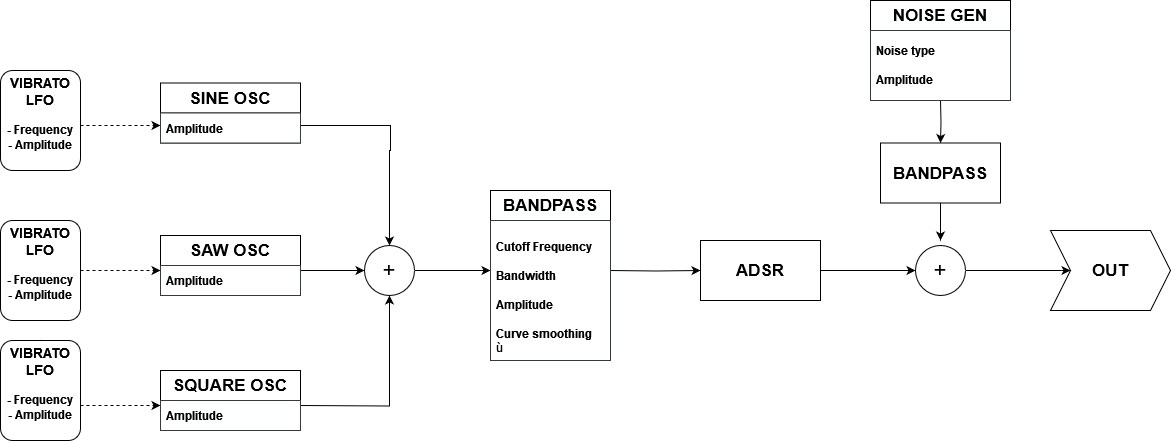
This is images/block_diagram.png from polimi-cmls-23/group1-hw-SC-Xenharmonics, a draw.io export, as it was before one commit. Source tidied: cells renumbered, new cells last; positions are measured from the earlier drawing's top-left corner, leaving out a move shared by most shapes.
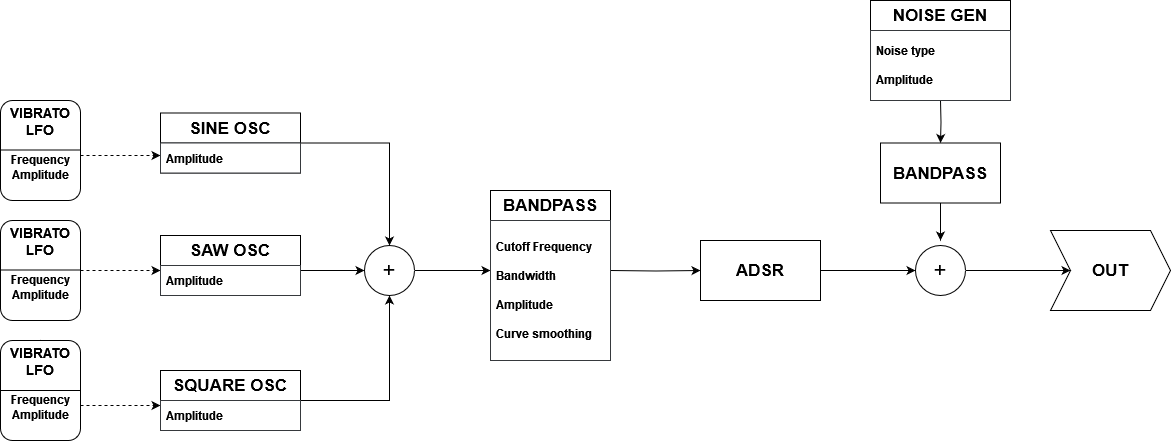
Above is the later version.

Change to the diagram source:
```diff
@@ -2,15 +2,6 @@
   <root>
     <mxCell id="0" />
     <mxCell id="1" parent="0" />
-    <mxCell id="2" style="edgeStyle=orthogonalEdgeStyle;rounded=0;jettySize=auto;html=1;entryX=0.5;entryY=0;entryDx=0;entryDy=0;exitX=1;exitY=0.5;exitDx=0;exitDy=0;" parent="1" edge="1" target="6">
-      <mxGeometry relative="1" as="geometry">
-        <mxPoint x="300" y="125" as="sourcePoint" />
-        <Array as="points">
-          <mxPoint x="390" y="125" />
-          <mxPoint x="390" y="150" />
-        </Array>
-      </mxGeometry>
-    </mxCell>
     <mxCell id="3" style="edgeStyle=orthogonalEdgeStyle;rounded=0;jettySize=auto;html=1;entryX=0;entryY=0.5;entryDx=0;entryDy=0;exitX=1;exitY=0.5;exitDx=0;exitDy=0;" parent="1" edge="1" source="26" target="6">
       <mxGeometry relative="1" as="geometry">
         <Array as="points">
@@ -21,6 +12,10 @@
     <mxCell id="4" style="edgeStyle=orthogonalEdgeStyle;rounded=0;jettySize=auto;html=1;exitX=1;exitY=0.5;exitDx=0;exitDy=0;" parent="1" edge="1" target="6">
       <mxGeometry relative="1" as="geometry">
         <mxPoint x="300" y="405" as="sourcePoint" />
+        <Array as="points">
+          <mxPoint x="300" y="400" />
+          <mxPoint x="389" y="400" />
+        </Array>
       </mxGeometry>
     </mxCell>
     <mxCell id="5" style="edgeStyle=orthogonalEdgeStyle;rounded=0;jettySize=auto;html=1;" parent="1" edge="1" source="6">
@@ -58,15 +53,15 @@
     </mxCell>
     <mxCell id="13" style="edgeStyle=orthogonalEdgeStyle;rounded=0;jettySize=auto;html=1;entryX=0;entryY=0.5;entryDx=0;entryDy=0;dashed=1;" parent="1" edge="1" source="14">
       <mxGeometry relative="1" as="geometry">
-        <mxPoint x="160" y="125" as="targetPoint" />
+        <mxPoint x="160" y="155" as="targetPoint" />
         <Array as="points">
-          <mxPoint x="110" y="125" />
-          <mxPoint x="110" y="125" />
+          <mxPoint x="110" y="155" />
+          <mxPoint x="110" y="155" />
         </Array>
       </mxGeometry>
     </mxCell>
-    <mxCell id="14" value="&lt;div style=&quot;font-size: 14px;&quot;&gt;&lt;b&gt;&lt;font style=&quot;font-size: 14px;&quot;&gt;VIBRATO&lt;/font&gt;&lt;/b&gt;&lt;/div&gt;&lt;div style=&quot;font-size: 14px;&quot;&gt;&lt;b&gt;&lt;font style=&quot;font-size: 14px;&quot;&gt;LFO&lt;/font&gt;&lt;/b&gt;&lt;/div&gt;&lt;div&gt;&lt;b&gt;&lt;br&gt;&lt;/b&gt;&lt;/div&gt;&lt;div&gt;&lt;b&gt;- Frequency&lt;/b&gt;&lt;/div&gt;&lt;div&gt;&lt;b&gt;- Amplitude&lt;/b&gt;&lt;/div&gt;&lt;div&gt;&lt;b&gt;&lt;br&gt;&lt;/b&gt;&lt;/div&gt;" style="rounded=1;whiteSpace=wrap;html=1;direction=south;" parent="1" vertex="1">
-      <mxGeometry y="70" width="80" height="100" as="geometry" />
+    <mxCell id="14" value="&lt;div style=&quot;font-size: 14px;&quot;&gt;&lt;b&gt;&lt;font style=&quot;font-size: 14px;&quot;&gt;VIBRATO&lt;/font&gt;&lt;/b&gt;&lt;/div&gt;&lt;div style=&quot;font-size: 14px;&quot;&gt;&lt;b&gt;&lt;font style=&quot;font-size: 14px;&quot;&gt;LFO&lt;/font&gt;&lt;/b&gt;&lt;/div&gt;&lt;div&gt;&lt;b&gt;&lt;br&gt;&lt;/b&gt;&lt;/div&gt;&lt;div&gt;&lt;b&gt;Frequency&lt;/b&gt;&lt;/div&gt;&lt;div&gt;&lt;b&gt;Amplitude&lt;/b&gt;&lt;/div&gt;&lt;div&gt;&lt;b&gt;&lt;br&gt;&lt;/b&gt;&lt;/div&gt;" style="rounded=1;whiteSpace=wrap;html=1;direction=south;" parent="1" vertex="1">
+      <mxGeometry y="100" width="80" height="100" as="geometry" />
     </mxCell>
     <mxCell id="15" style="edgeStyle=orthogonalEdgeStyle;rounded=0;jettySize=auto;html=1;entryX=0;entryY=0.5;entryDx=0;entryDy=0;dashed=1;" parent="1" edge="1" source="24">
       <mxGeometry relative="1" as="geometry">
@@ -91,13 +86,16 @@
     <mxCell id="19" value="&lt;b&gt;&lt;font style=&quot;font-size: 17px;&quot;&gt;BANDPASS&lt;/font&gt;&lt;/b&gt;" style="rounded=0;whiteSpace=wrap;html=1;" parent="1" vertex="1">
       <mxGeometry x="880" y="142.5" width="120" height="60" as="geometry" />
     </mxCell>
+    <mxCell id="33" style="edgeStyle=orthogonalEdgeStyle;rounded=0;jettySize=auto;html=1;entryX=0.5;entryY=0;entryDx=0;entryDy=0;" parent="1" edge="1" source="20" target="6">
+      <mxGeometry relative="1" as="geometry" />
+    </mxCell>
     <mxCell id="20" value="&lt;b&gt;&lt;font style=&quot;font-size: 17px;&quot;&gt;SINE OSC&lt;/font&gt;&lt;/b&gt;" style="swimlane;fontStyle=0;horizontal=1;startSize=30;whiteSpace=wrap;html=1;" parent="1" vertex="1">
-      <mxGeometry x="160" y="82.5" width="140" height="60" as="geometry" />
+      <mxGeometry x="160" y="112.5" width="140" height="60" as="geometry" />
     </mxCell>
     <mxCell id="21" value="&lt;font color=&quot;#000000&quot;&gt;&lt;b&gt;Amplitude&lt;/b&gt;&lt;/font&gt;" style="text;strokeColor=#36393d;fillColor=#FFFFFF;align=left;verticalAlign=middle;spacingLeft=4;spacingRight=4;overflow=hidden;whiteSpace=wrap;html=1;" parent="20" vertex="1">
       <mxGeometry y="30" width="140" height="30" as="geometry" />
     </mxCell>
-    <mxCell id="22" value="&lt;div style=&quot;font-size: 14px;&quot;&gt;&lt;b&gt;&lt;font style=&quot;font-size: 14px;&quot;&gt;VIBRATO&lt;/font&gt;&lt;/b&gt;&lt;/div&gt;&lt;div style=&quot;font-size: 14px;&quot;&gt;&lt;b&gt;&lt;font style=&quot;font-size: 14px;&quot;&gt;LFO&lt;/font&gt;&lt;/b&gt;&lt;/div&gt;&lt;div&gt;&lt;b&gt;&lt;br&gt;&lt;/b&gt;&lt;/div&gt;&lt;div&gt;&lt;b&gt;- Frequency&lt;/b&gt;&lt;/div&gt;&lt;div&gt;&lt;b&gt;- Amplitude&lt;/b&gt;&lt;/div&gt;&lt;div&gt;&lt;b&gt;&lt;br&gt;&lt;/b&gt;&lt;/div&gt;" style="rounded=1;whiteSpace=wrap;html=1;direction=south;" parent="1" vertex="1">
+    <mxCell id="22" value="&lt;div style=&quot;font-size: 14px;&quot;&gt;&lt;b&gt;&lt;font style=&quot;font-size: 14px;&quot;&gt;VIBRATO&lt;/font&gt;&lt;/b&gt;&lt;/div&gt;&lt;div style=&quot;font-size: 14px;&quot;&gt;&lt;b&gt;&lt;font style=&quot;font-size: 14px;&quot;&gt;LFO&lt;/font&gt;&lt;/b&gt;&lt;/div&gt;&lt;div&gt;&lt;b&gt;&lt;br&gt;&lt;/b&gt;&lt;/div&gt;&lt;div&gt;&lt;b&gt;Frequency&lt;/b&gt;&lt;/div&gt;&lt;div&gt;&lt;b&gt;Amplitude&lt;/b&gt;&lt;/div&gt;&lt;div&gt;&lt;b&gt;&lt;br&gt;&lt;/b&gt;&lt;/div&gt;" style="rounded=1;whiteSpace=wrap;html=1;direction=south;" parent="1" vertex="1">
       <mxGeometry y="220" width="80" height="100" as="geometry" />
     </mxCell>
     <mxCell id="23" style="edgeStyle=orthogonalEdgeStyle;rounded=0;jettySize=auto;html=1;entryX=0;entryY=0.5;entryDx=0;entryDy=0;dashed=1;" parent="1" edge="1" target="24">
@@ -105,7 +103,7 @@
         <mxPoint x="30" y="380" as="sourcePoint" />
       </mxGeometry>
     </mxCell>
-    <mxCell id="24" value="&lt;div style=&quot;font-size: 14px;&quot;&gt;&lt;b&gt;&lt;font style=&quot;font-size: 14px;&quot;&gt;VIBRATO&lt;/font&gt;&lt;/b&gt;&lt;/div&gt;&lt;div style=&quot;font-size: 14px;&quot;&gt;&lt;b&gt;&lt;font style=&quot;font-size: 14px;&quot;&gt;LFO&lt;/font&gt;&lt;/b&gt;&lt;/div&gt;&lt;div&gt;&lt;b&gt;&lt;br&gt;&lt;/b&gt;&lt;/div&gt;&lt;div&gt;&lt;b&gt;- Frequency&lt;/b&gt;&lt;/div&gt;&lt;div&gt;&lt;b&gt;- Amplitude&lt;/b&gt;&lt;/div&gt;&lt;div&gt;&lt;b&gt;&lt;br&gt;&lt;/b&gt;&lt;/div&gt;" style="rounded=1;whiteSpace=wrap;html=1;direction=south;" parent="1" vertex="1">
+    <mxCell id="24" value="&lt;div style=&quot;font-size: 14px;&quot;&gt;&lt;b&gt;&lt;font style=&quot;font-size: 14px;&quot;&gt;VIBRATO&lt;/font&gt;&lt;/b&gt;&lt;/div&gt;&lt;div style=&quot;font-size: 14px;&quot;&gt;&lt;b&gt;&lt;font style=&quot;font-size: 14px;&quot;&gt;LFO&lt;/font&gt;&lt;/b&gt;&lt;/div&gt;&lt;div&gt;&lt;b&gt;&lt;br&gt;&lt;/b&gt;&lt;/div&gt;&lt;div&gt;&lt;b&gt;Frequency&lt;/b&gt;&lt;/div&gt;&lt;div&gt;&lt;b&gt;Amplitude&lt;/b&gt;&lt;/div&gt;&lt;div&gt;&lt;b&gt;&lt;br&gt;&lt;/b&gt;&lt;/div&gt;" style="rounded=1;whiteSpace=wrap;html=1;direction=south;" parent="1" vertex="1">
       <mxGeometry y="340" width="80" height="100" as="geometry" />
     </mxCell>
     <mxCell id="25" value="&lt;b&gt;&lt;font style=&quot;font-size: 17px;&quot;&gt;SAW OSC&lt;/font&gt;&lt;/b&gt;" style="swimlane;fontStyle=0;horizontal=1;startSize=30;whiteSpace=wrap;html=1;" parent="1" vertex="1">
@@ -123,7 +121,7 @@
     <mxCell id="29" value="&lt;b&gt;&lt;font style=&quot;font-size: 17px;&quot;&gt;BANDPASS&lt;/font&gt;&lt;/b&gt;" style="swimlane;fontStyle=0;horizontal=1;startSize=30;whiteSpace=wrap;html=1;" parent="1" vertex="1">
       <mxGeometry x="490" y="190" width="120" height="170" as="geometry" />
     </mxCell>
-    <mxCell id="30" value="&lt;div&gt;&lt;br&gt;&lt;/div&gt;&lt;div&gt;&lt;font color=&quot;#000000&quot;&gt;&lt;b&gt;Cutoff Frequency&lt;/b&gt;&lt;/font&gt;&lt;/div&gt;&lt;div&gt;&lt;font color=&quot;#000000&quot;&gt;&lt;b&gt;&lt;br&gt;&lt;/b&gt;&lt;/font&gt;&lt;/div&gt;&lt;div&gt;&lt;b&gt;&lt;font color=&quot;#000000&quot;&gt;Bandwidth&lt;/font&gt;&lt;br&gt;&lt;/b&gt;&lt;/div&gt;&lt;div&gt;&lt;b&gt;&lt;br&gt;&lt;/b&gt;&lt;/div&gt;&lt;div&gt;&lt;b&gt;&lt;font color=&quot;#000000&quot;&gt;Amplitude&lt;/font&gt;&lt;/b&gt;&lt;/div&gt;&lt;div&gt;&lt;b&gt;&lt;font color=&quot;#000000&quot;&gt;&lt;br&gt;&lt;/font&gt;&lt;/b&gt;&lt;/div&gt;&lt;div&gt;&lt;b&gt;&lt;font color=&quot;#000000&quot;&gt;Curve smoothing&lt;br&gt;&lt;/font&gt;&lt;/b&gt;&lt;/div&gt;ù" style="text;align=left;verticalAlign=middle;spacingLeft=4;spacingRight=4;overflow=hidden;whiteSpace=wrap;html=1;fillColor=#FFFFFF;strokeColor=#36393d;" parent="29" vertex="1">
+    <mxCell id="30" value="&lt;div&gt;&lt;font color=&quot;#000000&quot;&gt;&lt;b&gt;Cutoff Frequency&lt;/b&gt;&lt;/font&gt;&lt;/div&gt;&lt;div&gt;&lt;font color=&quot;#000000&quot;&gt;&lt;b&gt;&lt;br&gt;&lt;/b&gt;&lt;/font&gt;&lt;/div&gt;&lt;div&gt;&lt;b&gt;&lt;font color=&quot;#000000&quot;&gt;Bandwidth&lt;/font&gt;&lt;br&gt;&lt;/b&gt;&lt;/div&gt;&lt;div&gt;&lt;b&gt;&lt;br&gt;&lt;/b&gt;&lt;/div&gt;&lt;div&gt;&lt;b&gt;&lt;font color=&quot;#000000&quot;&gt;Amplitude&lt;/font&gt;&lt;/b&gt;&lt;/div&gt;&lt;div&gt;&lt;b&gt;&lt;font color=&quot;#000000&quot;&gt;&lt;br&gt;&lt;/font&gt;&lt;/b&gt;&lt;/div&gt;&lt;div&gt;&lt;b&gt;&lt;font color=&quot;#000000&quot;&gt;Curve smoothing&lt;br&gt;&lt;/font&gt;&lt;/b&gt;&lt;/div&gt;" style="text;align=left;verticalAlign=middle;spacingLeft=4;spacingRight=4;overflow=hidden;whiteSpace=wrap;html=1;fillColor=#FFFFFF;strokeColor=#36393d;" parent="29" vertex="1">
       <mxGeometry y="30" width="120" height="140" as="geometry" />
     </mxCell>
     <mxCell id="31" value="&lt;b&gt;&lt;font style=&quot;font-size: 17px;&quot;&gt;NOISE GEN&lt;/font&gt;&lt;/b&gt;" style="swimlane;fontStyle=0;horizontal=1;startSize=30;whiteSpace=wrap;html=1;" parent="1" vertex="1">
@@ -132,5 +130,24 @@
     <mxCell id="32" value="&lt;div&gt;&lt;font color=&quot;#000000&quot;&gt;&lt;b style=&quot;&quot;&gt;Noise type&lt;/b&gt;&lt;/font&gt;&lt;/div&gt;&lt;div&gt;&lt;font color=&quot;#000000&quot;&gt;&lt;span style=&quot;&quot;&gt;&lt;b&gt;&lt;br&gt;&lt;/b&gt;&lt;/span&gt;&lt;/font&gt;&lt;/div&gt;&lt;div&gt;&lt;font color=&quot;#000000&quot;&gt;&lt;span style=&quot;&quot;&gt;&lt;b&gt;Amplitude&lt;br&gt;&lt;/b&gt;&lt;/span&gt;&lt;/font&gt;&lt;/div&gt;" style="text;strokeColor=#36393d;fillColor=#FFFFFF;align=left;verticalAlign=middle;spacingLeft=4;spacingRight=4;overflow=hidden;whiteSpace=wrap;html=1;labelBackgroundColor=none;" parent="31" vertex="1">
       <mxGeometry y="30" width="140" height="70" as="geometry" />
     </mxCell>
+    <mxCell id="34" style="endArrow=none;html=1;rounded=0;exitX=0.5;exitY=1;exitDx=0;exitDy=0;entryX=0.5;entryY=0;entryDx=0;entryDy=0;strokeColor=#000000;" parent="1" edge="1" source="24" target="24">
+      <mxGeometry relative="1" as="geometry">
+        <Array as="points">
+          <mxPoint x="40" y="390" />
+        </Array>
+      </mxGeometry>
+    </mxCell>
+    <mxCell id="35" style="endArrow=none;html=1;rounded=0;exitX=0.5;exitY=1;exitDx=0;exitDy=0;entryX=0.5;entryY=0;entryDx=0;entryDy=0;strokeColor=#000000;" parent="1" edge="1">
+      <mxGeometry relative="1" as="geometry">
+        <mxPoint y="269.5" as="sourcePoint" />
+        <mxPoint x="80" y="269.5" as="targetPoint" />
+      </mxGeometry>
+    </mxCell>
+    <mxCell id="36" style="endArrow=none;html=1;rounded=0;exitX=0.5;exitY=1;exitDx=0;exitDy=0;entryX=0.5;entryY=0;entryDx=0;entryDy=0;strokeColor=#000000;" parent="1" edge="1">
+      <mxGeometry relative="1" as="geometry">
+        <mxPoint y="149.5" as="sourcePoint" />
+        <mxPoint x="80" y="149.5" as="targetPoint" />
+      </mxGeometry>
+    </mxCell>
   </root>
 </mxGraphModel>
```
